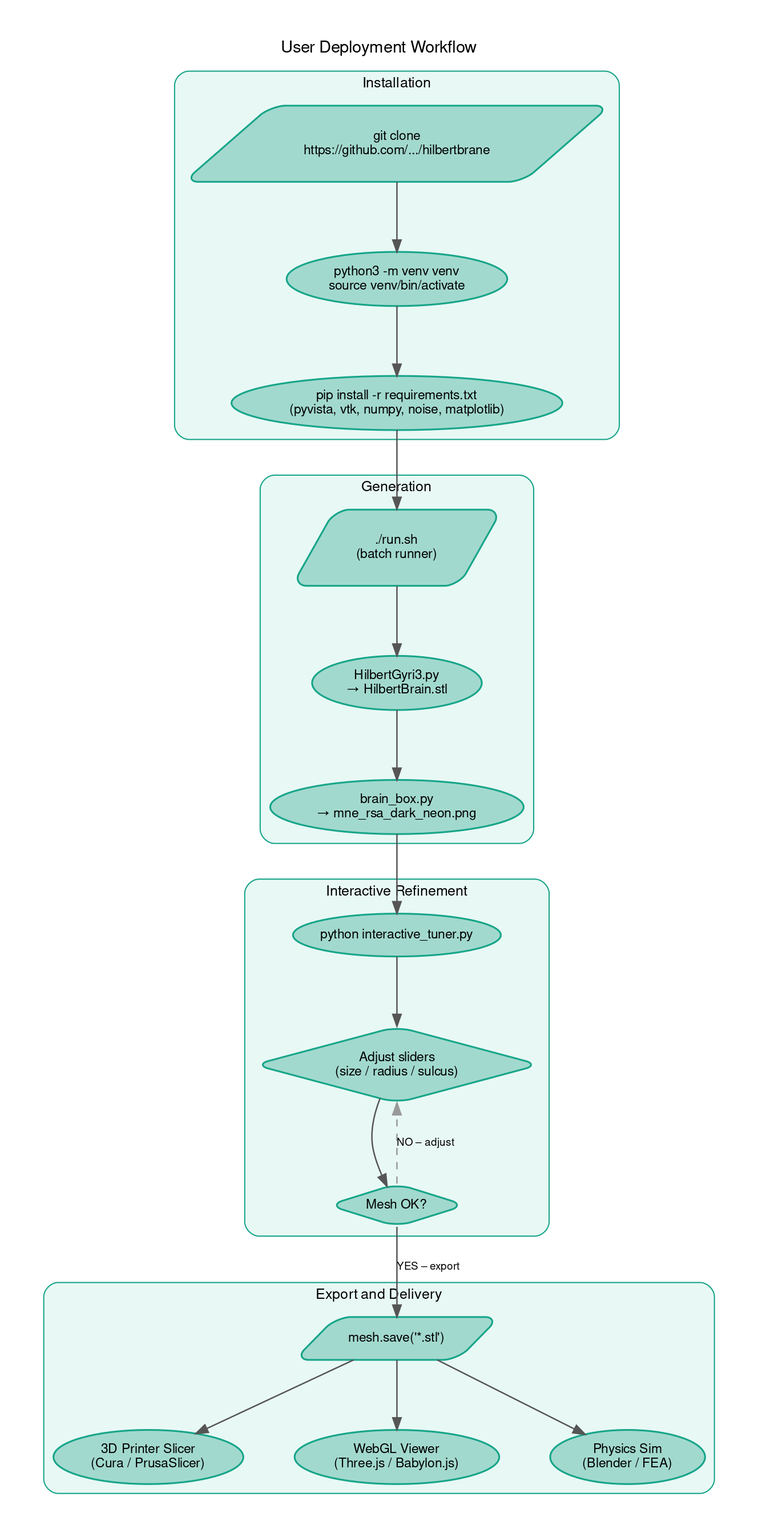
Above: docs/diagrams_25/20_deployment.png in danindiana/hilbertbrane (Graphviz), before the change. Its source is kept beside it as docs/diagrams_25/20_deployment.dot.
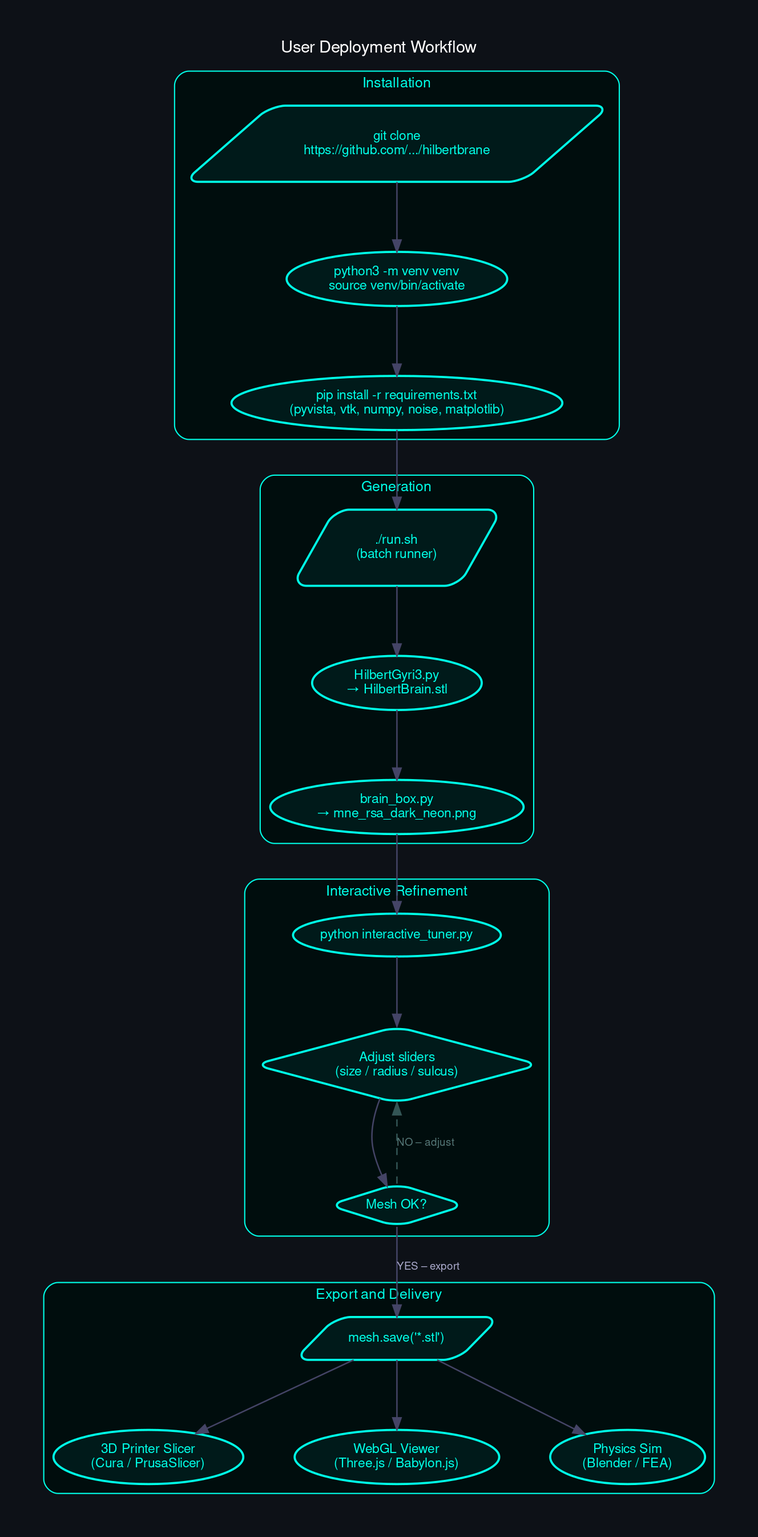
Later version of the same file.

The edit, as a diff of the source:
```diff
@@ -1,7 +1,8 @@
 digraph G {
     graph [
         fontname="Helvetica,Arial,sans-serif"
-        bgcolor="#ffffff"
+        bgcolor="#0d1117"
+        fontcolor="white"
         splines=spline
         nodesep=0.6
         ranksep=0.8
@@ -10,53 +11,53 @@
         labeljust="c"
         fontsize=14
     ]
-    node [fontname="Helvetica,Arial,sans-serif" fontsize=11 style="filled,rounded" penwidth=1.5]
-    edge [fontname="Helvetica,Arial,sans-serif" fontsize=9 color="#555555" penwidth=1.2]
+    node [fontname="Helvetica,Arial,sans-serif" fontsize=11 style="filled,rounded" penwidth=1.8 fontcolor="white"]
+    edge [fontname="Helvetica,Arial,sans-serif" fontsize=9 color="#444466" penwidth=1.2 fontcolor="#aaaacc"]
     graph [label="User Deployment Workflow" rankdir="TB"]
 
     subgraph cluster_install {
         label="Installation"
-        style="filled,rounded" fillcolor="#E8F8F5" color="#17A589" fontsize=12
-        fontname="Helvetica,Arial,sans-serif"
+        style="filled,rounded" fillcolor="#000d0d" color="#00ffe7" fontsize=12
+        fontname="Helvetica,Arial,sans-serif" fontcolor="#00ffe7"
 
-        i1 [label="git clone\nhttps://github.com/.../hilbertbrane" shape=parallelogram fillcolor="#A2D9CE" color="#17A589"]
-        i2 [label="python3 -m venv venv\nsource venv/bin/activate" fillcolor="#A2D9CE" color="#17A589"]
-        i3 [label="pip install -r requirements.txt\n(pyvista, vtk, numpy, noise, matplotlib)" fillcolor="#A2D9CE" color="#17A589"]
+        i1 [label="git clone\nhttps://github.com/.../hilbertbrane" shape=parallelogram fillcolor="#001a1a" color="#00ffe7" fontcolor="#00ffe7"]
+        i2 [label="python3 -m venv venv\nsource venv/bin/activate" fillcolor="#001a1a" color="#00ffe7" fontcolor="#00ffe7"]
+        i3 [label="pip install -r requirements.txt\n(pyvista, vtk, numpy, noise, matplotlib)" fillcolor="#001a1a" color="#00ffe7" fontcolor="#00ffe7"]
         i1 -> i2 -> i3
     }
 
     subgraph cluster_gen {
         label="Generation"
-        style="filled,rounded" fillcolor="#E8F8F5" color="#17A589" fontsize=12
-        fontname="Helvetica,Arial,sans-serif"
+        style="filled,rounded" fillcolor="#000d0d" color="#00ffe7" fontsize=12
+        fontname="Helvetica,Arial,sans-serif" fontcolor="#00ffe7"
 
-        g1 [label="./run.sh\n(batch runner)" shape=parallelogram fillcolor="#A2D9CE" color="#17A589"]
-        g2 [label="HilbertGyri3.py\n→ HilbertBrain.stl" fillcolor="#A2D9CE" color="#17A589"]
-        g3 [label="brain_box.py\n→ mne_rsa_dark_neon.png" fillcolor="#A2D9CE" color="#17A589"]
+        g1 [label="./run.sh\n(batch runner)" shape=parallelogram fillcolor="#001a1a" color="#00ffe7" fontcolor="#00ffe7"]
+        g2 [label="HilbertGyri3.py\n→ HilbertBrain.stl" fillcolor="#001a1a" color="#00ffe7" fontcolor="#00ffe7"]
+        g3 [label="brain_box.py\n→ mne_rsa_dark_neon.png" fillcolor="#001a1a" color="#00ffe7" fontcolor="#00ffe7"]
         g1 -> g2 -> g3
     }
 
     subgraph cluster_tune {
         label="Interactive Refinement"
-        style="filled,rounded" fillcolor="#E8F8F5" color="#17A589" fontsize=12
-        fontname="Helvetica,Arial,sans-serif"
+        style="filled,rounded" fillcolor="#000d0d" color="#00ffe7" fontsize=12
+        fontname="Helvetica,Arial,sans-serif" fontcolor="#00ffe7"
 
-        t1 [label="python interactive_tuner.py" fillcolor="#A2D9CE" color="#17A589"]
-        t2 [label="Adjust sliders\n(size / radius / sulcus)" shape=diamond fillcolor="#A2D9CE" color="#17A589"]
-        t3 [label="Mesh OK?" shape=diamond fillcolor="#A2D9CE" color="#17A589"]
+        t1 [label="python interactive_tuner.py" fillcolor="#001a1a" color="#00ffe7" fontcolor="#00ffe7"]
+        t2 [label="Adjust sliders\n(size / radius / sulcus)" shape=diamond fillcolor="#001a1a" color="#00ffe7" fontcolor="#00ffe7"]
+        t3 [label="Mesh OK?" shape=diamond fillcolor="#001a1a" color="#00ffe7" fontcolor="#00ffe7"]
         t1 -> t2 -> t3
-        t3 -> t2 [label="NO – adjust" style=dashed color="#999999"]
+        t3 -> t2 [label="NO – adjust" style=dashed color="#335555" fontcolor="#557777"]
     }
 
     subgraph cluster_export {
         label="Export and Delivery"
-        style="filled,rounded" fillcolor="#E8F8F5" color="#17A589" fontsize=12
-        fontname="Helvetica,Arial,sans-serif"
+        style="filled,rounded" fillcolor="#000d0d" color="#00ffe7" fontsize=12
+        fontname="Helvetica,Arial,sans-serif" fontcolor="#00ffe7"
 
-        e1 [label="mesh.save('*.stl')" shape=parallelogram fillcolor="#A2D9CE" color="#17A589"]
-        e2 [label="3D Printer Slicer\n(Cura / PrusaSlicer)" fillcolor="#A2D9CE" color="#17A589"]
-        e3 [label="WebGL Viewer\n(Three.js / Babylon.js)" fillcolor="#A2D9CE" color="#17A589"]
-        e4 [label="Physics Sim\n(Blender / FEA)" fillcolor="#A2D9CE" color="#17A589"]
+        e1 [label="mesh.save('*.stl')" shape=parallelogram fillcolor="#001a1a" color="#00ffe7" fontcolor="#00ffe7"]
+        e2 [label="3D Printer Slicer\n(Cura / PrusaSlicer)" fillcolor="#001a1a" color="#00ffe7" fontcolor="#00ffe7"]
+        e3 [label="WebGL Viewer\n(Three.js / Babylon.js)" fillcolor="#001a1a" color="#00ffe7" fontcolor="#00ffe7"]
+        e4 [label="Physics Sim\n(Blender / FEA)" fillcolor="#001a1a" color="#00ffe7" fontcolor="#00ffe7"]
         e1 -> e2
         e1 -> e3
         e1 -> e4
```
